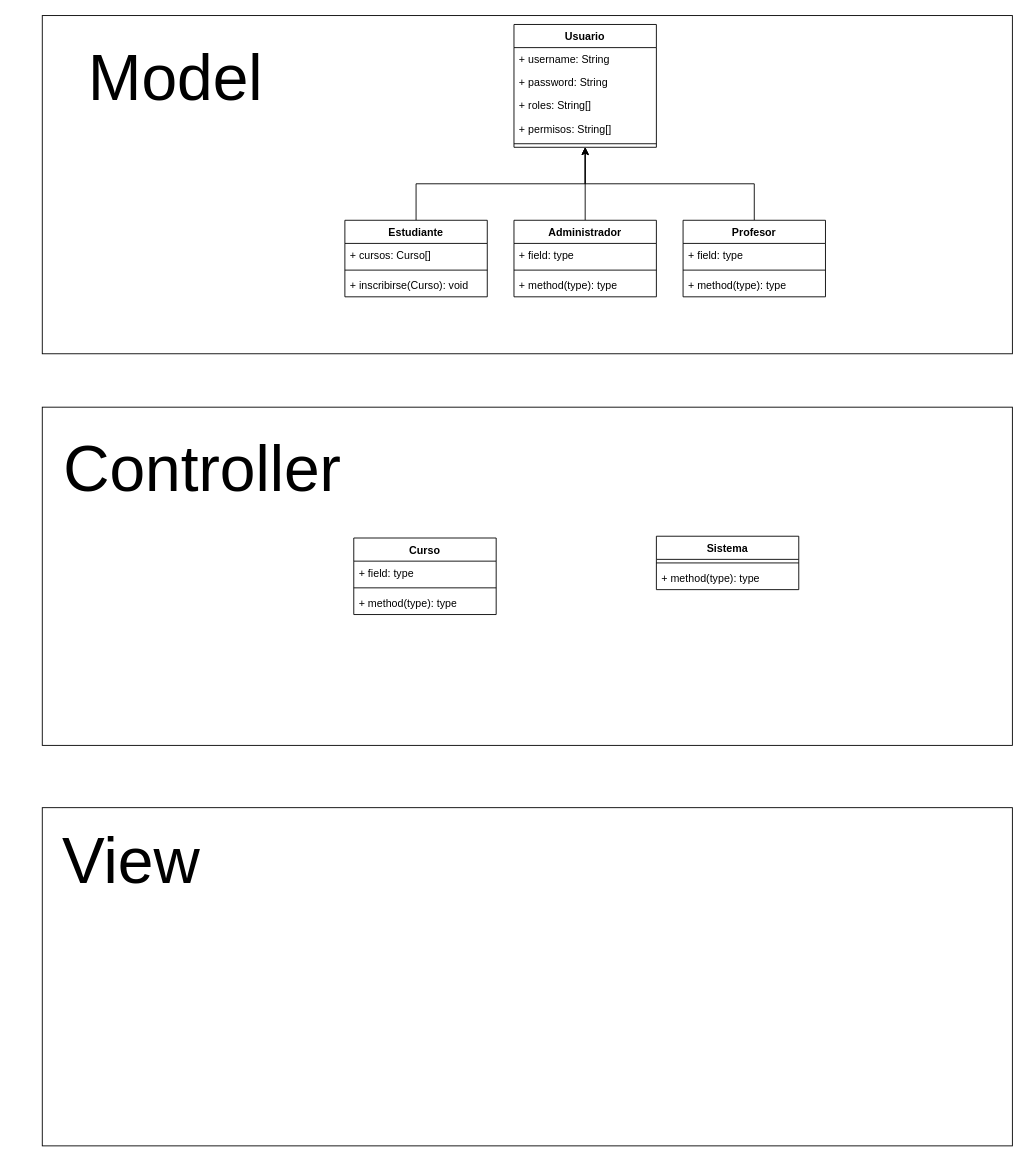
The draw.io diagram page "Diagrama de clases" (1 of 2) of TallerUML.drawio in kazp058/Taller04-UML, before the edit. Source tidied: cells renumbered, new cells numbered last; positions are measured from the earlier drawing's top-left corner, leaving out a move shared by most shapes. Both pictures are drawn from the tidied source at 89%, with x=0, y=0 at pixel (15, 15).
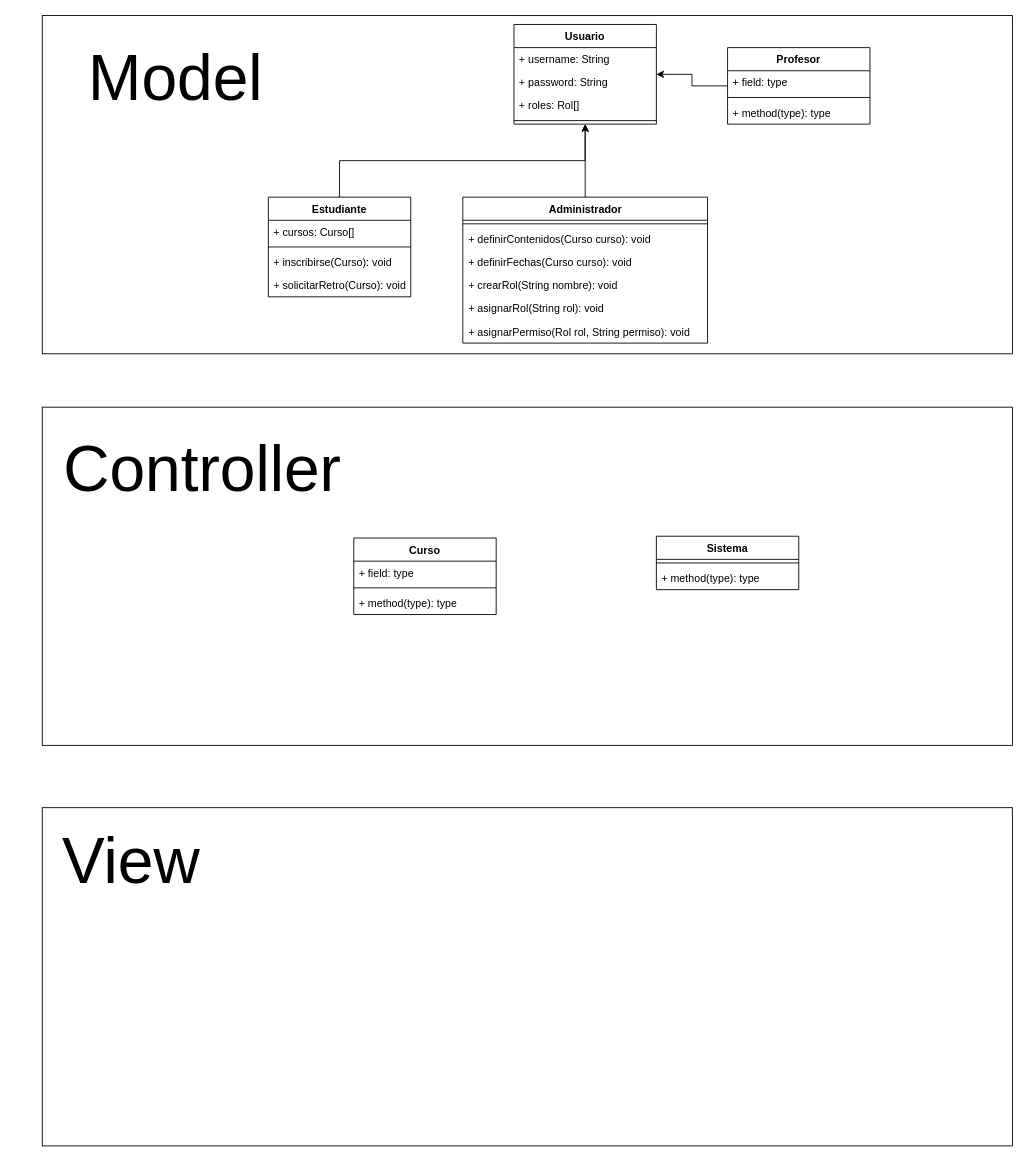
The same page after the edit.

Diff of the diagram source:
```diff
@@
     <mxCell id="9" value="Estudiante" style="swimlane;fontStyle=1;align=center;verticalAlign=top;horizontal=1;startSize=26;whiteSpace=wrap;html=1;" parent="1" vertex="1">
-      <mxGeometry x="370" y="230" width="160" height="86" as="geometry" />
+      <mxGeometry x="284" y="204" width="160" height="112" as="geometry" />
     </mxCell>
@@
+    <mxCell id="36" value="+ inscribirse(Curso): void" style="text;strokeColor=none;fillColor=none;align=left;verticalAlign=top;spacingLeft=4;spacingRight=4;overflow=hidden;whiteSpace=wrap;html=1;" parent="9" vertex="1">
+      <mxGeometry y="60" width="160" height="26" as="geometry" />
+    </mxCell>
-    <mxCell id="12" value="+ inscribirse(Curso): void" style="text;strokeColor=none;fillColor=none;align=left;verticalAlign=top;spacingLeft=4;spacingRight=4;overflow=hidden;whiteSpace=wrap;html=1;" parent="9" vertex="1">
-      <mxGeometry y="60" width="160" height="26" as="geometry" />
+    <mxCell id="12" value="+ solicitarRetro(Curso): void" style="text;strokeColor=none;fillColor=none;align=left;verticalAlign=top;spacingLeft=4;spacingRight=4;overflow=hidden;whiteSpace=wrap;html=1;" parent="9" vertex="1">
+      <mxGeometry y="86" width="160" height="26" as="geometry" />
     </mxCell>
@@
-    <mxCell id="17" style="edgeStyle=orthogonalEdgeStyle;rounded=0;jettySize=auto;html=1;exitX=0.5;exitY=0;exitDx=0;exitDy=0;" parent="1" edge="1" source="18" target="27">
+    <mxCell id="17" style="edgeStyle=orthogonalEdgeStyle;rounded=0;jettySize=auto;html=1;" parent="1" edge="1" source="18" target="27">
       <mxGeometry relative="1" as="geometry" />
     </mxCell>
     <mxCell id="18" value="Profesor" style="swimlane;fontStyle=1;align=center;verticalAlign=top;horizontal=1;startSize=26;whiteSpace=wrap;html=1;" parent="1" vertex="1">
-      <mxGeometry x="750" y="230" width="160" height="86" as="geometry" />
+      <mxGeometry x="800" y="36" width="160" height="86" as="geometry" />
     </mxCell>
@@
-    <mxCell id="22" style="edgeStyle=orthogonalEdgeStyle;rounded=0;jettySize=auto;html=1;exitX=0.5;exitY=0;exitDx=0;exitDy=0;" parent="1" edge="1" source="23" target="27">
+    <mxCell id="22" style="edgeStyle=orthogonalEdgeStyle;rounded=0;jettySize=auto;html=1;" parent="1" edge="1" source="23" target="27">
       <mxGeometry relative="1" as="geometry" />
     </mxCell>
     <mxCell id="23" value="Administrador" style="swimlane;fontStyle=1;align=center;verticalAlign=top;horizontal=1;startSize=26;whiteSpace=wrap;html=1;" parent="1" vertex="1">
-      <mxGeometry x="560" y="230" width="160" height="86" as="geometry" />
+      <mxGeometry x="502.5" y="204" width="275" height="164" as="geometry" />
     </mxCell>
-    <mxCell id="24" value="+ field: type" style="text;strokeColor=none;fillColor=none;align=left;verticalAlign=top;spacingLeft=4;spacingRight=4;overflow=hidden;whiteSpace=wrap;html=1;" parent="23" vertex="1">
-      <mxGeometry y="26" width="160" height="26" as="geometry" />
-    </mxCell>
     <mxCell id="25" style="line;strokeWidth=1;fillColor=none;align=left;verticalAlign=middle;spacingTop=-1;spacingLeft=3;spacingRight=3;labelPosition=right;strokeColor=inherit;" parent="23" vertex="1">
-      <mxGeometry y="52" width="160" height="8" as="geometry" />
+      <mxGeometry y="26" width="275" height="8" as="geometry" />
     </mxCell>
-    <mxCell id="26" value="+ method(type): type" style="text;strokeColor=none;fillColor=none;align=left;verticalAlign=top;spacingLeft=4;spacingRight=4;overflow=hidden;whiteSpace=wrap;html=1;" parent="23" vertex="1">
-      <mxGeometry y="60" width="160" height="26" as="geometry" />
+    <mxCell id="26" value="+ definirContenidos(Curso curso): void" style="text;strokeColor=none;fillColor=none;align=left;verticalAlign=top;spacingLeft=4;spacingRight=4;overflow=hidden;whiteSpace=wrap;html=1;" parent="23" vertex="1">
+      <mxGeometry y="34" width="275" height="26" as="geometry" />
     </mxCell>
+    <mxCell id="37" value="+ definirFechas(Curso curso): void" style="text;strokeColor=none;fillColor=none;align=left;verticalAlign=top;spacingLeft=4;spacingRight=4;overflow=hidden;whiteSpace=wrap;html=1;" parent="23" vertex="1">
+      <mxGeometry y="60" width="275" height="26" as="geometry" />
+    </mxCell>
+    <mxCell id="38" value="+ crearRol(String nombre): void" style="text;strokeColor=none;fillColor=none;align=left;verticalAlign=top;spacingLeft=4;spacingRight=4;overflow=hidden;whiteSpace=wrap;html=1;" parent="23" vertex="1">
+      <mxGeometry y="86" width="275" height="26" as="geometry" />
+    </mxCell>
+    <mxCell id="39" value="+ asignarRol(String rol): void" style="text;strokeColor=none;fillColor=none;align=left;verticalAlign=top;spacingLeft=4;spacingRight=4;overflow=hidden;whiteSpace=wrap;html=1;" parent="23" vertex="1">
+      <mxGeometry y="112" width="275" height="26" as="geometry" />
+    </mxCell>
+    <mxCell id="40" value="+ asignarPermiso(Rol rol, String permiso): void" style="text;strokeColor=none;fillColor=none;align=left;verticalAlign=top;spacingLeft=4;spacingRight=4;overflow=hidden;whiteSpace=wrap;html=1;" parent="23" vertex="1">
+      <mxGeometry y="138" width="275" height="26" as="geometry" />
+    </mxCell>
     <mxCell id="27" value="Usuario" style="swimlane;fontStyle=1;align=center;verticalAlign=top;horizontal=1;startSize=26;whiteSpace=wrap;html=1;" parent="1" vertex="1">
-      <mxGeometry x="560" y="10" width="160" height="138" as="geometry" />
+      <mxGeometry x="560" y="10" width="160" height="112" as="geometry" />
     </mxCell>
@@
-    <mxCell id="30" value="+ roles: String[]" style="text;strokeColor=none;fillColor=none;align=left;verticalAlign=top;spacingLeft=4;spacingRight=4;overflow=hidden;whiteSpace=wrap;html=1;" parent="27" vertex="1">
+    <mxCell id="30" value="+ roles: Rol[]" style="text;strokeColor=none;fillColor=none;align=left;verticalAlign=top;spacingLeft=4;spacingRight=4;overflow=hidden;whiteSpace=wrap;html=1;" parent="27" vertex="1">
       <mxGeometry y="78" width="160" height="26" as="geometry" />
     </mxCell>
-    <mxCell id="31" value="+ permisos: String[]" style="text;strokeColor=none;fillColor=none;align=left;verticalAlign=top;spacingLeft=4;spacingRight=4;overflow=hidden;whiteSpace=wrap;html=1;" parent="27" vertex="1">
-      <mxGeometry y="104" width="160" height="26" as="geometry" />
-    </mxCell>
     <mxCell id="32" style="line;strokeWidth=1;fillColor=none;align=left;verticalAlign=middle;spacingTop=-1;spacingLeft=3;spacingRight=3;labelPosition=right;strokeColor=inherit;" parent="27" vertex="1">
-      <mxGeometry y="130" width="160" height="8" as="geometry" />
+      <mxGeometry y="104" width="160" height="8" as="geometry" />
     </mxCell>
```
